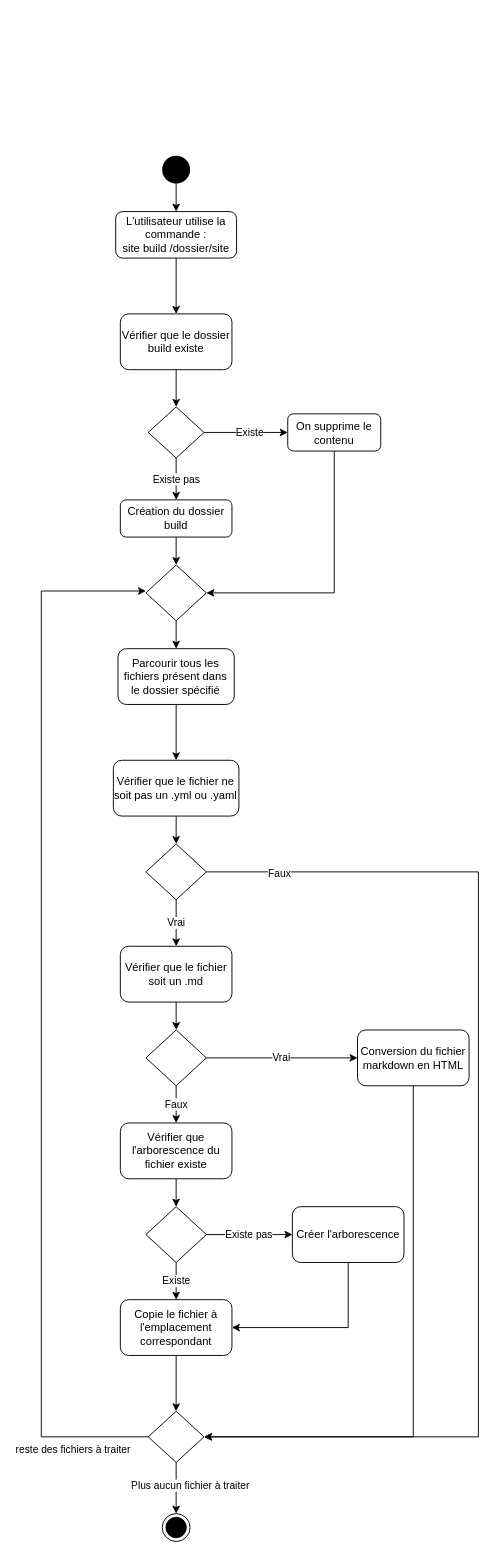
Earlier version of the draw.io diagram page "Commande Build" (1 of 3) of DiagrammeActivite.drawio (lgtm-migrator/projet-marengo_rosset_silvestri_tissot). Source tidied: cells renumbered, new cells numbered last; positions are measured from the earlier drawing's top-left corner, leaving out a move shared by most shapes. Both pictures are drawn from the tidied source at 93%, with x=0, y=0 at pixel (41, 155).
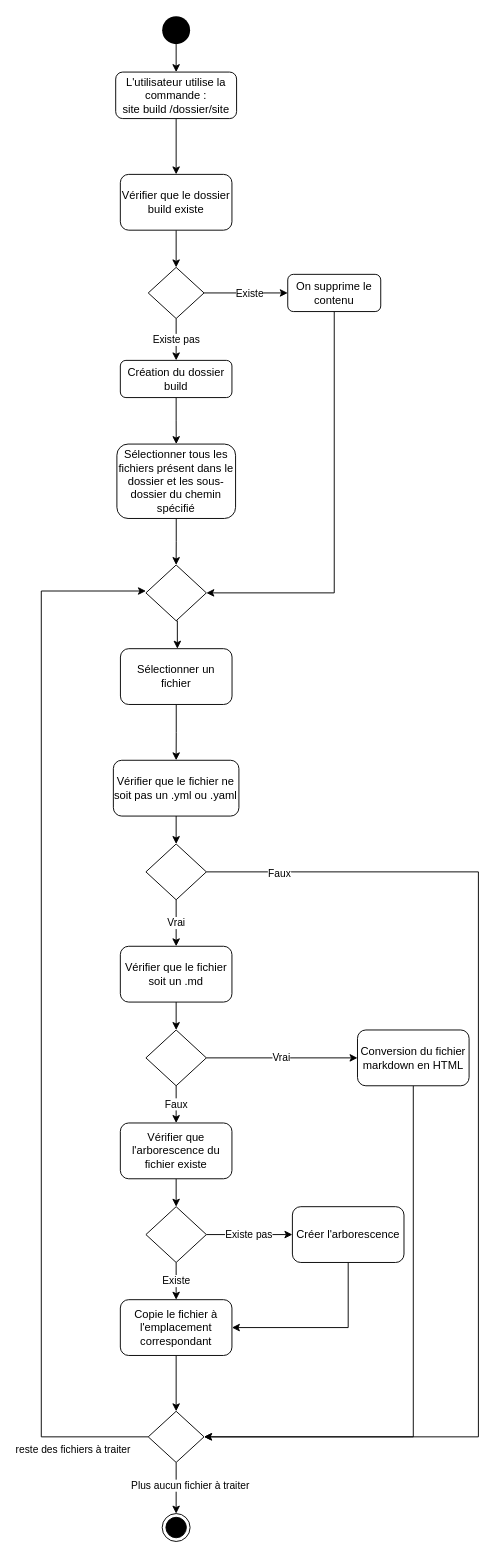
Above is the later version.

Unchanged cells that the change refers to:
```xml
<mxCell id="24" value="&lt;span style=&quot;&quot;&gt;Vérifier que le fichier ne soit pas un .yml ou .yaml&lt;br&gt;&lt;/span&gt;" style="rounded=1;whiteSpace=wrap;html=1;" parent="1" vertex="1">
  <mxGeometry x="77.4" y="650" width="135" height="60" as="geometry" />
</mxCell>
<mxCell id="30" style="rhombus;whiteSpace=wrap;html=1;" parent="1" vertex="1">
  <mxGeometry x="112.4" y="440" width="65" height="60" as="geometry" />
</mxCell>
```

Diff of the diagram source:
```diff
@@
     <mxCell id="3" value="L'utilisateur utilise la commande :&lt;br&gt;site build /dossier/site" style="rounded=1;whiteSpace=wrap;html=1;fontSize=12;glass=0;strokeWidth=1;shadow=0;" parent="1" vertex="1">
-      <mxGeometry x="79.9" y="60" width="130" height="50" as="geometry" />
+      <mxGeometry x="79.9" y="-90" width="130" height="50" as="geometry" />
     </mxCell>
@@
-    <mxCell id="5" style="edgeStyle=orthogonalEdgeStyle;rounded=0;jettySize=auto;html=1;exitX=0.5;exitY=1;exitDx=0;exitDy=0;entryX=0.5;entryY=0;entryDx=0;entryDy=0;" parent="1" edge="1" source="6" target="30">
-      <mxGeometry relative="1" as="geometry" />
-    </mxCell>
+    <mxCell id="47" style="edgeStyle=orthogonalEdgeStyle;rounded=0;jettySize=auto;html=1;exitX=0.5;exitY=1;exitDx=0;exitDy=0;entryX=0.5;entryY=0;entryDx=0;entryDy=0;" parent="1" edge="1" source="6" target="49">
+      <mxGeometry relative="1" as="geometry" />
+    </mxCell>
     <mxCell id="6" value="Création du dossier build" style="rounded=1;whiteSpace=wrap;html=1;fontSize=12;glass=0;strokeWidth=1;shadow=0;" parent="1" vertex="1">
-      <mxGeometry x="84.9" y="370" width="120" height="40" as="geometry" />
+      <mxGeometry x="84.9" y="220" width="120" height="40" as="geometry" />
     </mxCell>
@@
     <mxCell id="8" style="ellipse;fillColor=#000000;strokeColor=none;" parent="1" vertex="1">
-      <mxGeometry x="129.9" width="30" height="30" as="geometry" />
+      <mxGeometry x="129.9" y="-150" width="30" height="30" as="geometry" />
     </mxCell>
@@
     <mxCell id="11" value="On supprime le contenu" style="rounded=1;whiteSpace=wrap;html=1;" parent="1" vertex="1">
-      <mxGeometry x="264.9" y="277.5" width="100" height="40" as="geometry" />
+      <mxGeometry x="264.9" y="127.5" width="100" height="40" as="geometry" />
     </mxCell>
@@
     <mxCell id="17" value="Vérifier que le dossier build existe&lt;br&gt;" style="rounded=1;whiteSpace=wrap;html=1;" parent="1" vertex="1">
-      <mxGeometry x="84.9" y="170" width="120" height="60" as="geometry" />
+      <mxGeometry x="84.9" y="20" width="120" height="60" as="geometry" />
     </mxCell>
@@
     <mxCell id="19" style="rhombus;whiteSpace=wrap;html=1;" parent="1" vertex="1">
-      <mxGeometry x="114.9" y="270" width="60" height="55" as="geometry" />
+      <mxGeometry x="114.9" y="120" width="60" height="55" as="geometry" />
     </mxCell>
-    <mxCell id="20" value="&lt;span style=&quot;&quot;&gt;Parcourir tous les fichiers présent dans le dossier spécifié&lt;/span&gt;" style="rounded=1;whiteSpace=wrap;html=1;" parent="1" vertex="1">
-      <mxGeometry x="82.4" y="530" width="125" height="60" as="geometry" />
-    </mxCell>
@@
-    <mxCell id="22" style="edgeStyle=orthogonalEdgeStyle;rounded=0;jettySize=auto;html=1;exitX=0.5;exitY=1;exitDx=0;exitDy=0;entryX=0.5;entryY=0;entryDx=0;entryDy=0;" parent="1" edge="1" source="20" target="24">
+    <mxCell id="22" style="edgeStyle=orthogonalEdgeStyle;rounded=0;jettySize=auto;html=1;exitX=0.5;exitY=1;exitDx=0;exitDy=0;entryX=0.5;entryY=0;entryDx=0;entryDy=0;" parent="1" edge="1" source="50" target="24">
       <mxGeometry relative="1" as="geometry" />
     </mxCell>
@@
-    <mxCell id="29" style="edgeStyle=orthogonalEdgeStyle;rounded=0;jettySize=auto;html=1;exitX=0.5;exitY=1;exitDx=0;exitDy=0;entryX=0.5;entryY=0;entryDx=0;entryDy=0;" parent="1" edge="1" source="30" target="20">
-      <mxGeometry relative="1" as="geometry" />
+    <mxCell id="29" style="edgeStyle=orthogonalEdgeStyle;rounded=0;jettySize=auto;html=1;exitX=0.5;exitY=1;exitDx=0;exitDy=0;entryX=0.5;entryY=0;entryDx=0;entryDy=0;" parent="1" edge="1" source="30">
+      <mxGeometry relative="1" as="geometry">
+        <mxPoint x="146.2" y="530" as="targetPoint" />
+      </mxGeometry>
     </mxCell>
@@
+    <mxCell id="48" style="edgeStyle=orthogonalEdgeStyle;rounded=0;jettySize=auto;html=1;exitX=0.5;exitY=1;exitDx=0;exitDy=0;entryX=0.5;entryY=0;entryDx=0;entryDy=0;" parent="1" edge="1" source="49" target="30">
+      <mxGeometry relative="1" as="geometry" />
+    </mxCell>
+    <mxCell id="49" value="&lt;span style=&quot;&quot;&gt;Sélectionner tous les fichiers présent dans le dossier et les sous-dossier du chemin spécifié&lt;/span&gt;" style="rounded=1;whiteSpace=wrap;html=1;" parent="1" vertex="1">
+      <mxGeometry x="81.2" y="310" width="127.6" height="80" as="geometry" />
+    </mxCell>
+    <mxCell id="50" value="Sélectionner un fichier" style="rounded=1;whiteSpace=wrap;html=1;" parent="1" vertex="1">
+      <mxGeometry x="85" y="530" width="120" height="60" as="geometry" />
+    </mxCell>
```
